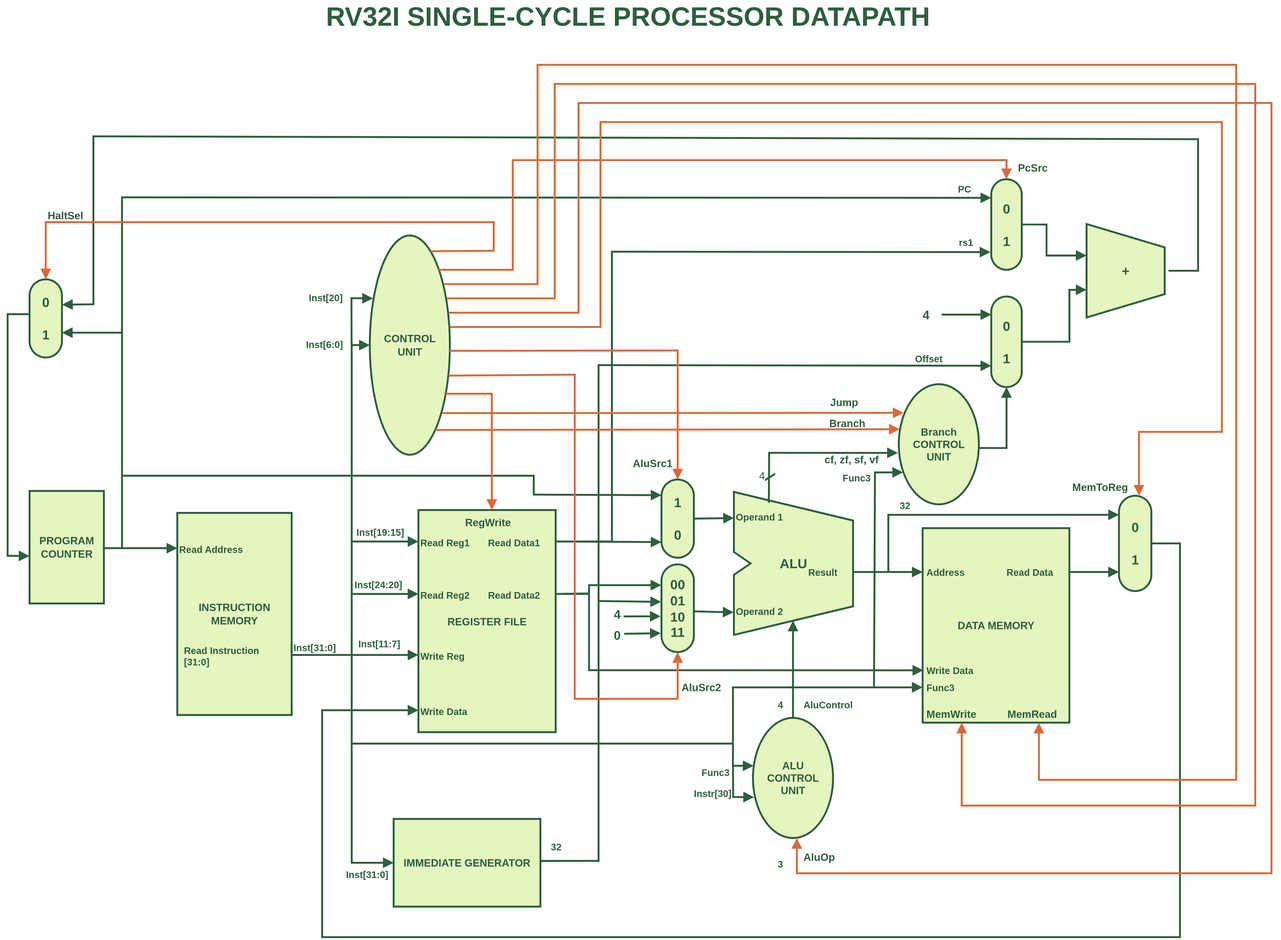
Before: Datapath/RISCV Single Cycle Datapath.png, a diagram exported from draw.io (ziad-eliwa/risc-v-processor). Source tidied: cells renumbered, new cells last; positions are measured from the earlier drawing's top-left corner, leaving out a move shared by most shapes.
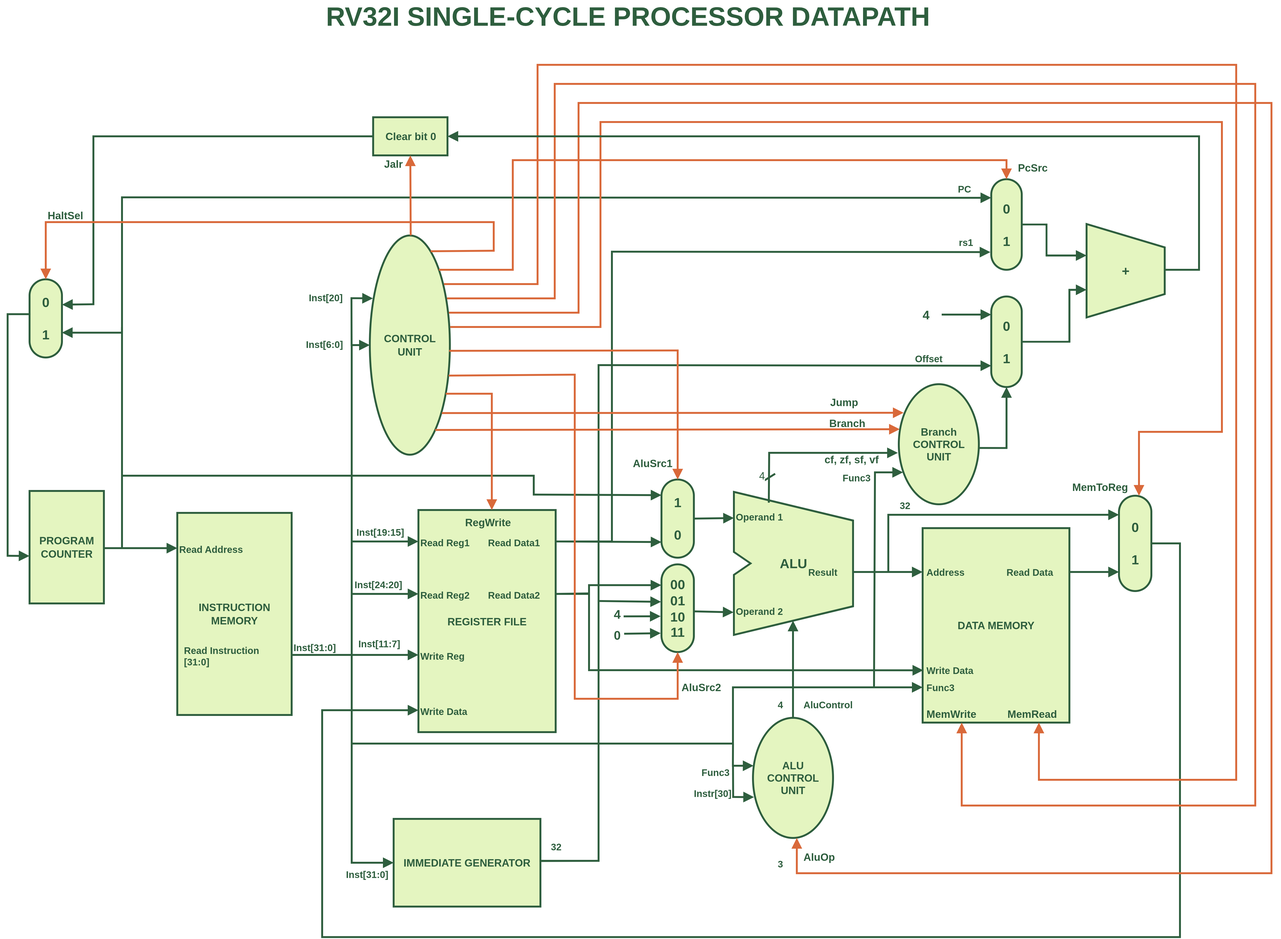
Later version of the same file.

Commit message:
fixed bugs and added jalr signal

What changed in the source:
```diff
@@ -342,12 +342,9 @@
     <mxCell id="81" style="edgeStyle=none;rounded=0;html=1;endArrow=block;endFill=1;strokeColor=#2E5E3E;strokeWidth=2;exitX=1.0000;exitY=0.5000;exitDx=0;exitDy=0;exitPerimeter=0;entryX=0.0000;entryY=0.2000;entryDx=0;entryDy=0;entryPerimeter=0;" parent="1" edge="1" source="56" target="13">
       <mxGeometry relative="1" as="geometry" />
     </mxCell>
-    <mxCell id="82" style="edgeStyle=none;rounded=0;html=1;endArrow=block;endFill=1;strokeColor=#2E5E3E;strokeWidth=2;exitX=1.0000;exitY=0.5000;exitDx=0;exitDy=0;exitPerimeter=0;entryX=1.003;entryY=0.324;entryDx=0;entryDy=0;entryPerimeter=0;" parent="1" edge="1" target="110">
+    <mxCell id="82" style="edgeStyle=none;rounded=0;html=1;endArrow=block;endFill=1;strokeColor=#2E5E3E;strokeWidth=2;exitX=1.0000;exitY=0.5000;exitDx=0;exitDy=0;exitPerimeter=0;entryX=1.003;entryY=0.324;entryDx=0;entryDy=0;entryPerimeter=0;" parent="1" edge="1" source="118" target="110">
       <mxGeometry x="0.2" relative="1" as="geometry">
-        <mxPoint x="1218" y="276" as="sourcePoint" />
         <Array as="points">
-          <mxPoint x="1249" y="276" />
-          <mxPoint x="1249" y="138" />
           <mxPoint x="90" y="135" />
           <mxPoint x="90" y="311.2" />
         </Array>
@@ -575,5 +572,24 @@
     <mxCell id="116" value="Inst[20&lt;span style=&quot;background-color: transparent; color: light-dark(rgb(46, 94, 62), rgb(136, 178, 150));&quot;&gt;]&lt;/span&gt;" style="text;strokeColor=none;fillColor=none;align=left;verticalAlign=middle;spacing=0;fontColor=#2E5E3E;html=1;whiteSpace=wrap;fontSize=10;fontStyle=1;fontColor=#2E5E3E;" parent="1" vertex="1">
       <mxGeometry x="316" y="295" width="69" height="18" as="geometry" />
     </mxCell>
+    <mxCell id="117" style="edgeStyle=none;rounded=0;html=1;endArrow=block;endFill=1;strokeColor=#2E5E3E;strokeWidth=2;exitX=1.003;exitY=0.49;exitDx=0;exitDy=0;exitPerimeter=0;entryX=1;entryY=0.5;entryDx=0;entryDy=0;" parent="1" edge="1" source="11" target="118">
+      <mxGeometry x="0.2" relative="1" as="geometry">
+        <Array as="points">
+          <mxPoint x="1250" y="275" />
+          <mxPoint x="1250" y="135" />
+        </Array>
+      </mxGeometry>
+    </mxCell>
+    <mxCell id="118" value="Clear bit 0" style="rounded=0;fillColor=#E4F5C0;strokeColor=#2E5E3E;strokeWidth=2;verticalAlign=middle;html=1;whiteSpace=wrap;fontSize=11;fontStyle=1;fontColor=#2E5E3E;" parent="1" vertex="1">
+      <mxGeometry x="383.5" y="115" width="78" height="40" as="geometry" />
+    </mxCell>
+    <mxCell id="119" style="edgeStyle=none;rounded=0;html=1;endArrow=block;endFill=1;strokeColor=#D9693A;strokeWidth=2;entryX=0.5;entryY=1;entryDx=0;entryDy=0;" parent="1" edge="1" target="118">
+      <mxGeometry relative="1" as="geometry">
+        <mxPoint x="422.9" y="238.8" as="sourcePoint" />
+      </mxGeometry>
+    </mxCell>
+    <mxCell id="120" value="Jalr" style="text;strokeColor=none;fillColor=none;align=left;verticalAlign=middle;spacing=0;fontColor=#D9693A;html=1;whiteSpace=wrap;fontSize=11;fontStyle=1;fontColor=#2E5E3E;" parent="1" vertex="1">
+      <mxGeometry x="395" y="155" width="55" height="18" as="geometry" />
+    </mxCell>
   </root>
 </mxGraphModel>
```
